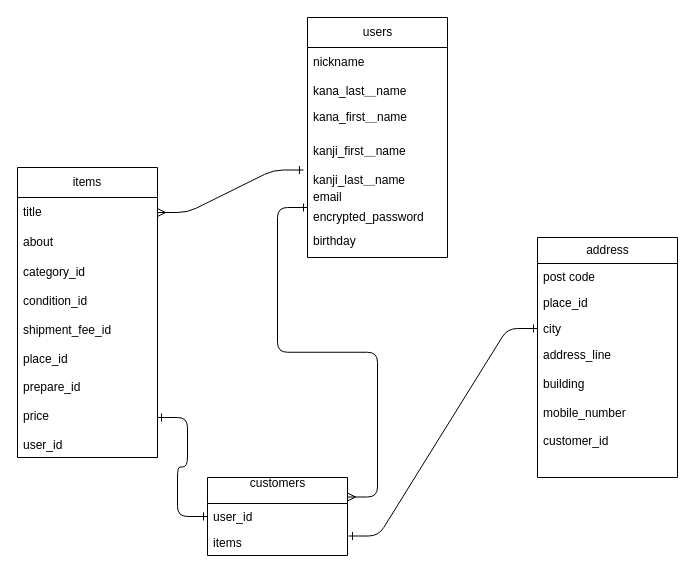
Above: app/views/test.dio in asahiruyoru24h/furima-39093 (draw.io), before the change. Source tidied: cells renumbered, new cells numbered last; positions are measured from the earlier drawing's top-left corner, leaving out a move shared by most shapes. Both pictures are drawn from the tidied source at 100%, with x=0, y=0 at pixel (17, 17).
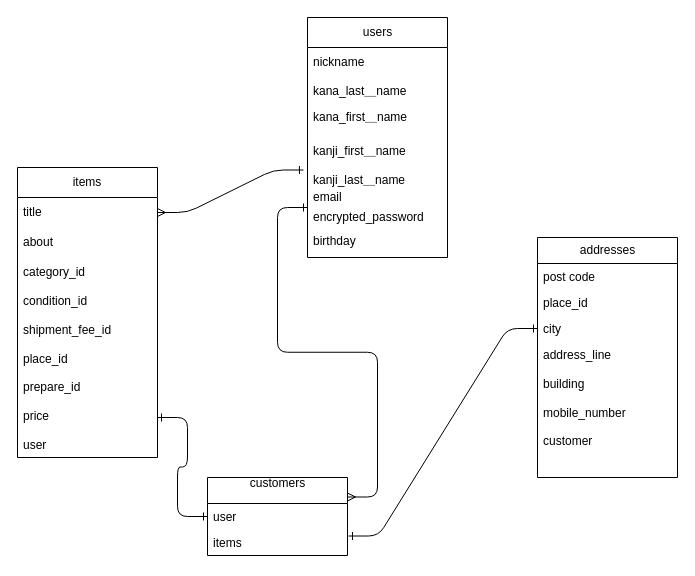
The same page after the edit.

Commit message (it also covers changes not shown here):
スペル修正

The change refers to these unchanged cells:
```xml
<mxCell id="2" value="items" style="swimlane;fontStyle=0;horizontal=1;startSize=30;whiteSpace=wrap;html=1;" parent="1" vertex="1">
  <mxGeometry y="150" width="140" height="290" as="geometry" />
</mxCell>
<mxCell id="15" value="customers&lt;br&gt;&amp;nbsp;" style="swimlane;fontStyle=0;horizontal=1;startSize=26;fillColor=none;html=1;" parent="1" vertex="1">
  <mxGeometry x="190" y="460" width="140" height="78" as="geometry" />
</mxCell>
```

Diff of the diagram source:
```diff
@@
-    <mxCell id="6" value="condition_id&lt;br&gt;&lt;br&gt;shipment_fee_id&lt;br&gt;&lt;br&gt;place_id&lt;br&gt;&lt;br&gt;prepare_id&lt;br&gt;&lt;br&gt;price&lt;br&gt;&lt;br&gt;user_id&lt;br&gt;" style="text;strokeColor=none;fillColor=none;align=left;verticalAlign=top;spacingLeft=4;spacingRight=4;overflow=hidden;whiteSpace=wrap;html=1;" parent="2" vertex="1">
+    <mxCell id="6" value="condition_id&lt;br&gt;&lt;br&gt;shipment_fee_id&lt;br&gt;&lt;br&gt;place_id&lt;br&gt;&lt;br&gt;prepare_id&lt;br&gt;&lt;br&gt;price&lt;br&gt;&lt;br&gt;user" style="text;strokeColor=none;fillColor=none;align=left;verticalAlign=top;spacingLeft=4;spacingRight=4;overflow=hidden;whiteSpace=wrap;html=1;" parent="2" vertex="1">
       <mxGeometry y="120" width="140" height="170" as="geometry" />
     </mxCell>
@@
-    <mxCell id="16" value="user_id&lt;br&gt;" style="text;strokeColor=none;fillColor=none;align=left;verticalAlign=top;spacingLeft=4;spacingRight=4;overflow=hidden;points=[[0,0.5],[1,0.5]];portConstraint=eastwest;whiteSpace=wrap;html=1;" parent="15" vertex="1">
+    <mxCell id="16" value="user" style="text;strokeColor=none;fillColor=none;align=left;verticalAlign=top;spacingLeft=4;spacingRight=4;overflow=hidden;points=[[0,0.5],[1,0.5]];portConstraint=eastwest;whiteSpace=wrap;html=1;" parent="15" vertex="1">
       <mxGeometry y="26" width="140" height="26" as="geometry" />
     </mxCell>
@@
-    <mxCell id="18" value="address" style="swimlane;fontStyle=0;horizontal=1;startSize=26;fillColor=none;html=1;" parent="1" vertex="1">
+    <mxCell id="18" value="addresses" style="swimlane;fontStyle=0;horizontal=1;startSize=26;fillColor=none;html=1;" parent="1" vertex="1">
       <mxGeometry x="520" y="220" width="140" height="240" as="geometry" />
     </mxCell>
@@
-    <mxCell id="22" value="address_line&lt;br&gt;&lt;br&gt;building&lt;br&gt;&lt;br&gt;mobile_number&lt;br&gt;&lt;br&gt;customer_id" style="text;strokeColor=none;fillColor=none;align=left;verticalAlign=top;spacingLeft=4;spacingRight=4;overflow=hidden;whiteSpace=wrap;html=1;" parent="18" vertex="1">
+    <mxCell id="22" value="address_line&lt;br&gt;&lt;br&gt;building&lt;br&gt;&lt;br&gt;mobile_number&lt;br&gt;&lt;br&gt;customer" style="text;strokeColor=none;fillColor=none;align=left;verticalAlign=top;spacingLeft=4;spacingRight=4;overflow=hidden;whiteSpace=wrap;html=1;" parent="18" vertex="1">
       <mxGeometry y="104" width="140" height="136" as="geometry" />
     </mxCell>
```
